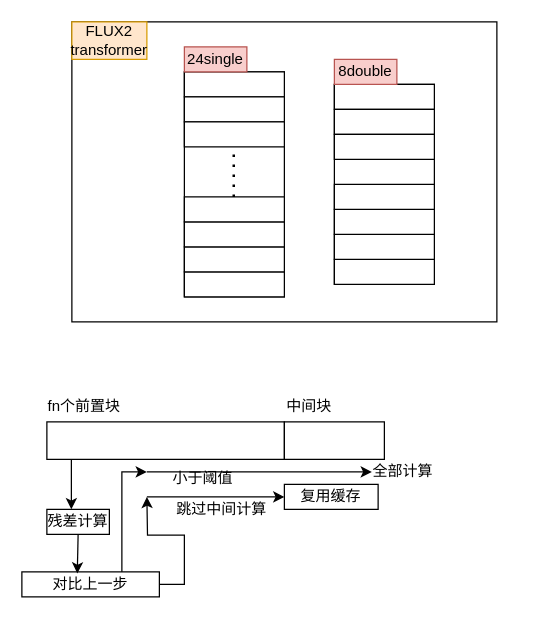
mth-del/Ai_Infra keeps this draw.io diagram as resouces/cache_dit.drawio. Above is the earlier version. Source tidied: cells renumbered, new cells numbered last; positions are measured from the earlier drawing's top-left corner, leaving out a move shared by most shapes. Both pictures are drawn from the tidied source at 125%, with x=0, y=0 at pixel (21, 21).
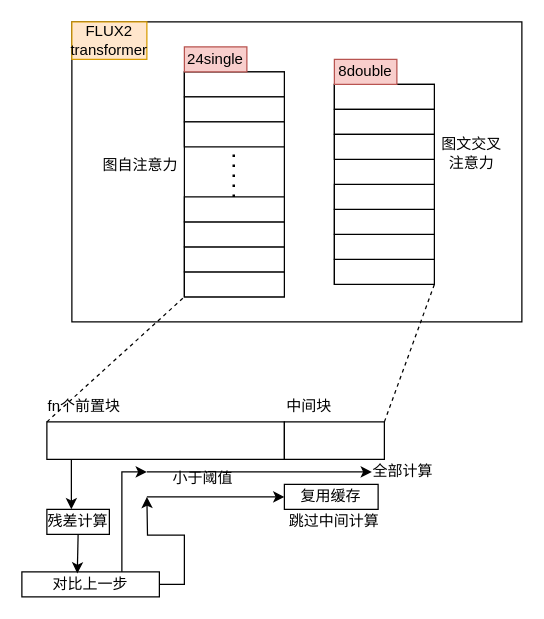
The same page after the edit.

The change refers to these unchanged cells:
```xml
<mxCell id="17" style="rounded=0;whiteSpace=wrap;html=1;" parent="1" vertex="1">
  <mxGeometry x="250" y="190" width="80" height="20" as="geometry" />
</mxCell>
<mxCell id="25" value="fn个前置块" style="text;html=1;whiteSpace=wrap;strokeColor=none;fillColor=none;align=center;verticalAlign=middle;rounded=0;" parent="1" vertex="1">
  <mxGeometry x="20" y="295" width="60" height="25" as="geometry" />
</mxCell>
```

What changed in the source:
```diff
@@
     <mxCell id="2" style="rounded=0;whiteSpace=wrap;html=1;" parent="1" vertex="1">
-      <mxGeometry x="40" width="340" height="240" as="geometry" />
+      <mxGeometry x="40" width="360" height="240" as="geometry" />
     </mxCell>
@@
     <mxCell id="31" value="跳过中间计算" style="text;html=1;whiteSpace=wrap;strokeColor=none;fillColor=none;align=center;verticalAlign=middle;rounded=0;" parent="1" vertex="1">
-      <mxGeometry x="120" y="380" width="80" height="20" as="geometry" />
+      <mxGeometry x="210" y="390" width="80" height="20" as="geometry" />
     </mxCell>
@@
+    <mxCell id="39" style="endArrow=none;dashed=1;html=1;rounded=0;exitX=0;exitY=1;exitDx=0;exitDy=0;" parent="1" edge="1" source="25">
+      <mxGeometry relative="1" as="geometry">
+        <mxPoint x="130" y="220" as="targetPoint" />
+      </mxGeometry>
+    </mxCell>
+    <mxCell id="40" style="endArrow=none;dashed=1;html=1;rounded=0;entryX=1;entryY=1;entryDx=0;entryDy=0;" parent="1" edge="1" target="17">
+      <mxGeometry relative="1" as="geometry">
+        <mxPoint x="290" y="320" as="sourcePoint" />
+      </mxGeometry>
+    </mxCell>
+    <mxCell id="41" value="图文交叉注意力" style="text;html=1;whiteSpace=wrap;strokeColor=none;fillColor=none;align=center;verticalAlign=middle;rounded=0;" parent="1" vertex="1">
+      <mxGeometry x="330" y="90" width="60" height="30" as="geometry" />
+    </mxCell>
+    <mxCell id="42" value="图自注意力" style="text;html=1;whiteSpace=wrap;strokeColor=none;fillColor=none;align=center;verticalAlign=middle;rounded=0;" parent="1" vertex="1">
+      <mxGeometry x="60" y="100" width="70" height="30" as="geometry" />
+    </mxCell>
```
